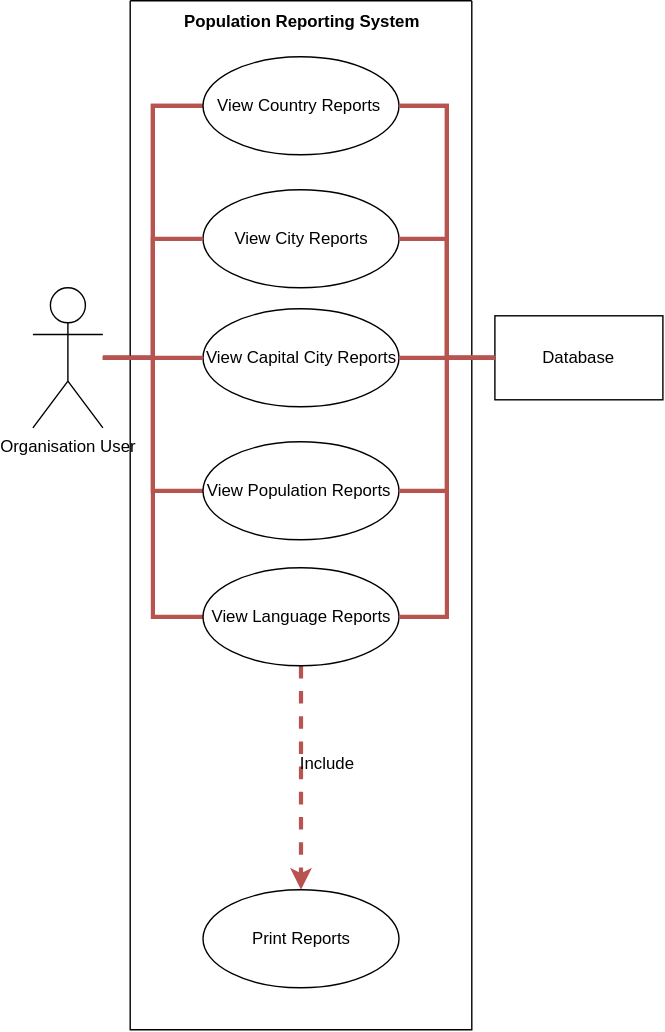
czort23/sem-assessment keeps this draw.io diagram as use-cases/Population Reporting System.svg. Above is the earlier version. Source tidied: cells renumbered, new cells last; positions are measured from the earlier drawing's top-left corner, leaving out a move shared by most shapes. The source it was exported from:
```xml
<mxGraphModel>
  <root>
    <mxCell id="0" />
    <mxCell id="1" parent="0" />
    <mxCell id="2" style="edgeStyle=orthogonalEdgeStyle;rounded=0;jettySize=auto;html=1;entryX=0;entryY=0.5;entryDx=0;entryDy=0;strokeWidth=3;fillColor=#f8cecc;strokeColor=#b85450;endArrow=none;endFill=0;" parent="1" edge="1" source="6" target="8">
      <mxGeometry relative="1" as="geometry" />
    </mxCell>
    <mxCell id="3" style="edgeStyle=orthogonalEdgeStyle;rounded=0;jettySize=auto;html=1;entryX=0;entryY=0.5;entryDx=0;entryDy=0;strokeColor=#b85450;strokeWidth=3;endArrow=none;endFill=0;fillColor=#f8cecc;" parent="1" edge="1" source="6" target="14">
      <mxGeometry relative="1" as="geometry" />
    </mxCell>
    <mxCell id="4" style="edgeStyle=orthogonalEdgeStyle;rounded=0;jettySize=auto;html=1;entryX=0;entryY=0.5;entryDx=0;entryDy=0;strokeColor=#b85450;strokeWidth=3;endArrow=none;endFill=0;fillColor=#f8cecc;" parent="1" edge="1" source="6" target="12">
      <mxGeometry relative="1" as="geometry" />
    </mxCell>
    <mxCell id="5" style="edgeStyle=orthogonalEdgeStyle;rounded=0;jettySize=auto;html=1;entryX=0;entryY=0.5;entryDx=0;entryDy=0;strokeColor=#b85450;strokeWidth=3;endArrow=none;endFill=0;fillColor=#f8cecc;" parent="1" edge="1" source="6" target="8">
      <mxGeometry relative="1" as="geometry" />
    </mxCell>
    <mxCell id="6" value="Organisation User" style="shape=umlActor;verticalLabelPosition=bottom;verticalAlign=top;html=1;outlineConnect=0;" parent="1" vertex="1">
      <mxGeometry y="205" width="50" height="100" as="geometry" />
    </mxCell>
    <mxCell id="7" style="swimlane;startSize=0;" parent="1" vertex="1">
      <mxGeometry x="69.5" width="244" height="735" as="geometry" />
    </mxCell>
    <mxCell id="8" value="View Country Reports&amp;nbsp;" style="ellipse;whiteSpace=wrap;html=1;" parent="7" vertex="1">
      <mxGeometry x="52" y="40" width="140" height="70" as="geometry" />
    </mxCell>
    <mxCell id="9" value="View City Reports" style="ellipse;whiteSpace=wrap;html=1;" parent="7" vertex="1">
      <mxGeometry x="52" y="135" width="140" height="70" as="geometry" />
    </mxCell>
    <mxCell id="10" value="Population Reporting System" style="text;html=1;align=center;verticalAlign=middle;strokeColor=none;fillColor=none;fontStyle=1;" parent="7" vertex="1">
      <mxGeometry x="27" width="190" height="30" as="geometry" />
    </mxCell>
    <mxCell id="11" value="View Capital City Reports" style="ellipse;whiteSpace=wrap;html=1;" parent="7" vertex="1">
      <mxGeometry x="52" y="220" width="140" height="70" as="geometry" />
    </mxCell>
    <mxCell id="12" value="View Population Reports&amp;nbsp;" style="ellipse;whiteSpace=wrap;html=1;" parent="7" vertex="1">
      <mxGeometry x="52" y="315" width="140" height="70" as="geometry" />
    </mxCell>
    <mxCell id="13" style="edgeStyle=orthogonalEdgeStyle;rounded=0;jettySize=auto;html=1;entryX=0.5;entryY=0;entryDx=0;entryDy=0;dashed=1;fillColor=#f8cecc;strokeColor=#b85450;strokeWidth=3;" parent="7" edge="1" source="14" target="15">
      <mxGeometry relative="1" as="geometry" />
    </mxCell>
    <mxCell id="14" value="View Language Reports" style="ellipse;whiteSpace=wrap;html=1;" parent="7" vertex="1">
      <mxGeometry x="52" y="405" width="140" height="70" as="geometry" />
    </mxCell>
    <mxCell id="15" value="Print Reports" style="ellipse;whiteSpace=wrap;html=1;" parent="7" vertex="1">
      <mxGeometry x="52" y="635" width="140" height="70" as="geometry" />
    </mxCell>
    <mxCell id="16" style="edgeStyle=orthogonalEdgeStyle;rounded=0;jettySize=auto;html=1;entryX=1;entryY=0.5;entryDx=0;entryDy=0;strokeColor=#b85450;strokeWidth=3;endArrow=none;endFill=0;fillColor=#f8cecc;" parent="1" edge="1" source="19" target="8">
      <mxGeometry relative="1" as="geometry" />
    </mxCell>
    <mxCell id="17" style="edgeStyle=orthogonalEdgeStyle;rounded=0;jettySize=auto;html=1;entryX=1;entryY=0.5;entryDx=0;entryDy=0;strokeColor=#b85450;strokeWidth=3;endArrow=none;endFill=0;fillColor=#f8cecc;" parent="1" edge="1" source="19" target="14">
      <mxGeometry relative="1" as="geometry" />
    </mxCell>
    <mxCell id="18" style="edgeStyle=orthogonalEdgeStyle;rounded=0;jettySize=auto;html=1;entryX=1;entryY=0.5;entryDx=0;entryDy=0;strokeColor=#b85450;strokeWidth=3;endArrow=none;endFill=0;fillColor=#f8cecc;" parent="1" edge="1" source="19" target="8">
      <mxGeometry relative="1" as="geometry" />
    </mxCell>
    <mxCell id="19" value="Database" style="rounded=0;whiteSpace=wrap;html=1;" parent="1" vertex="1">
      <mxGeometry x="330" y="225" width="120" height="60" as="geometry" />
    </mxCell>
    <mxCell id="20" style="edgeStyle=orthogonalEdgeStyle;rounded=0;jettySize=auto;html=1;strokeColor=#b85450;strokeWidth=3;endArrow=none;endFill=0;fillColor=#f8cecc;" parent="1" edge="1" source="11" target="6">
      <mxGeometry relative="1" as="geometry" />
    </mxCell>
    <mxCell id="21" style="edgeStyle=orthogonalEdgeStyle;rounded=0;jettySize=auto;html=1;entryX=0;entryY=0.5;entryDx=0;entryDy=0;strokeColor=#b85450;strokeWidth=3;endArrow=none;endFill=0;fillColor=#f8cecc;" parent="1" edge="1" source="11" target="19">
      <mxGeometry relative="1" as="geometry" />
    </mxCell>
    <mxCell id="22" style="edgeStyle=orthogonalEdgeStyle;rounded=0;jettySize=auto;html=1;strokeColor=#b85450;strokeWidth=3;endArrow=none;endFill=0;fillColor=#f8cecc;" parent="1" edge="1" source="9" target="6">
      <mxGeometry relative="1" as="geometry" />
    </mxCell>
    <mxCell id="23" style="edgeStyle=orthogonalEdgeStyle;rounded=0;jettySize=auto;html=1;entryX=0;entryY=0.5;entryDx=0;entryDy=0;strokeColor=#b85450;strokeWidth=3;endArrow=none;endFill=0;fillColor=#f8cecc;" parent="1" edge="1" source="9" target="19">
      <mxGeometry relative="1" as="geometry" />
    </mxCell>
    <mxCell id="24" style="edgeStyle=orthogonalEdgeStyle;rounded=0;jettySize=auto;html=1;entryX=0;entryY=0.5;entryDx=0;entryDy=0;strokeColor=#b85450;strokeWidth=3;endArrow=none;endFill=0;fillColor=#f8cecc;" parent="1" edge="1" source="12" target="19">
      <mxGeometry relative="1" as="geometry" />
    </mxCell>
    <mxCell id="25" value="Include" style="text;html=1;align=center;verticalAlign=middle;strokeColor=none;fillColor=none;" parent="1" vertex="1">
      <mxGeometry x="180" y="530" width="60" height="30" as="geometry" />
    </mxCell>
  </root>
</mxGraphModel>
```
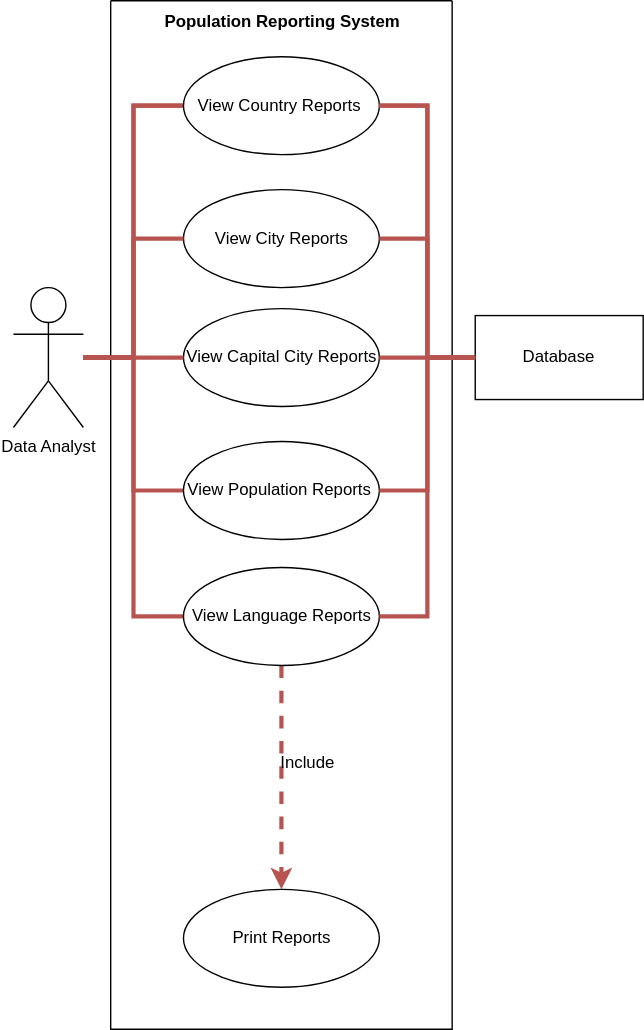
The same diagram one commit later.

Diff of the diagram source:
```diff
@@ -1,4 +1,4 @@
-<mxGraphModel>
+<mxGraphModel background="#ffffff">
   <root>
     <mxCell id="0" />
     <mxCell id="1" parent="0" />
@@ -14,7 +14,7 @@
     <mxCell id="5" style="edgeStyle=orthogonalEdgeStyle;rounded=0;jettySize=auto;html=1;entryX=0;entryY=0.5;entryDx=0;entryDy=0;strokeColor=#b85450;strokeWidth=3;endArrow=none;endFill=0;fillColor=#f8cecc;" parent="1" edge="1" source="6" target="8">
       <mxGeometry relative="1" as="geometry" />
     </mxCell>
-    <mxCell id="6" value="Organisation User" style="shape=umlActor;verticalLabelPosition=bottom;verticalAlign=top;html=1;outlineConnect=0;" parent="1" vertex="1">
+    <mxCell id="6" value="Data Analyst" style="shape=umlActor;verticalLabelPosition=bottom;verticalAlign=top;html=1;outlineConnect=0;" parent="1" vertex="1">
       <mxGeometry y="205" width="50" height="100" as="geometry" />
     </mxCell>
     <mxCell id="7" style="swimlane;startSize=0;" parent="1" vertex="1">
```
